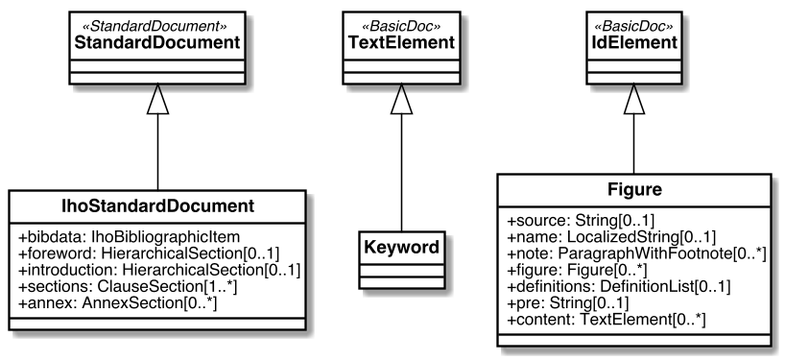
Above: iho/images/IhoStandardDocument.png in metanorma/standoc-models (PlantUML), before the change.
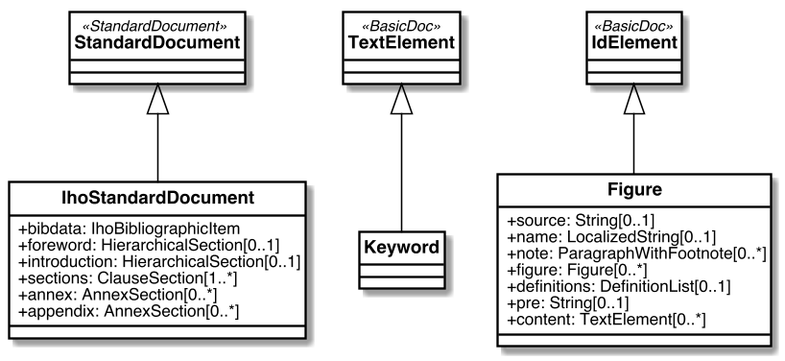
After the commit.

The edit, as a diff of the source:
```diff
@@ -51,6 +51,7 @@
     +introduction: HierarchicalSection[0..1]
     +sections: ClauseSection[1..*]
     +annex: AnnexSection[0..*]
+    +appendix: AnnexSection[0..*]
 }
 
 
```
